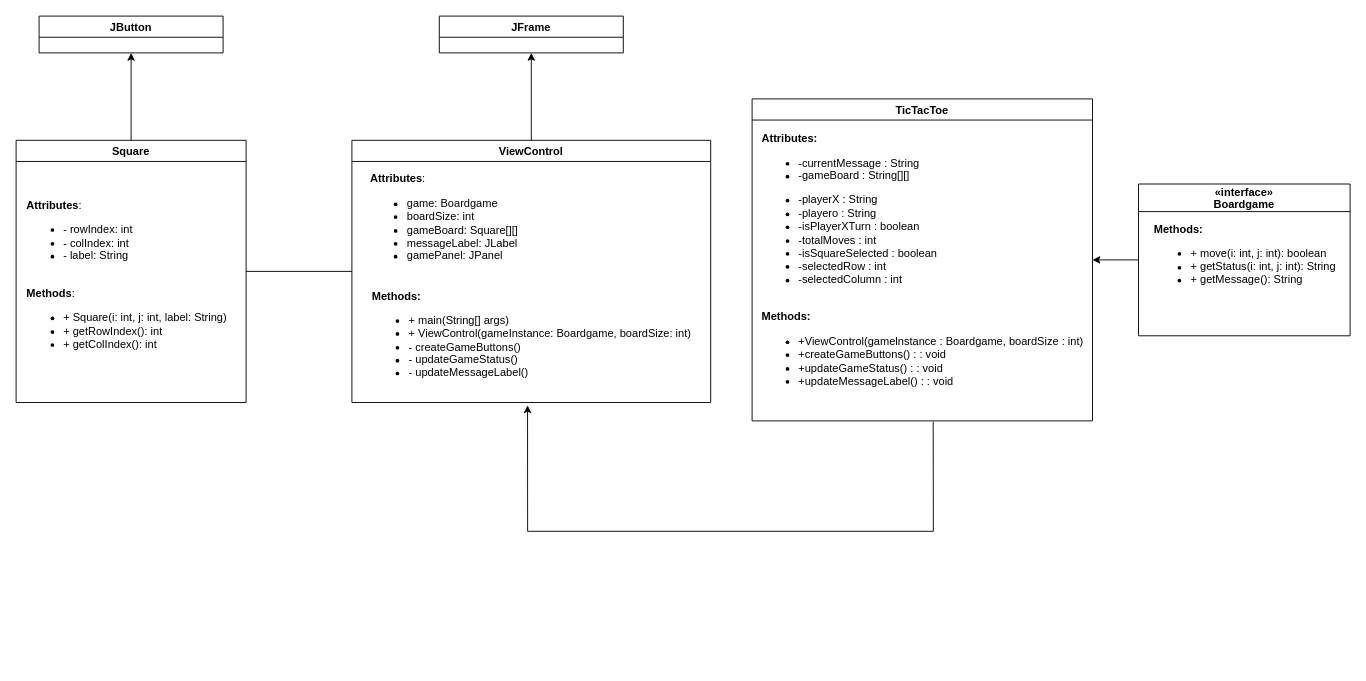
Fluntin/Software-Engineering keeps this draw.io diagram as Laboration2/src/TicTacToe/Diagram/TicTacToe Diagram.drawio. Above is the earlier version. Source tidied: cells renumbered, new cells numbered last; positions are measured from the earlier drawing's top-left corner, leaving out a move shared by most shapes. Both pictures are drawn from the tidied source at 92%, with x=0, y=0 at pixel (16, 16).
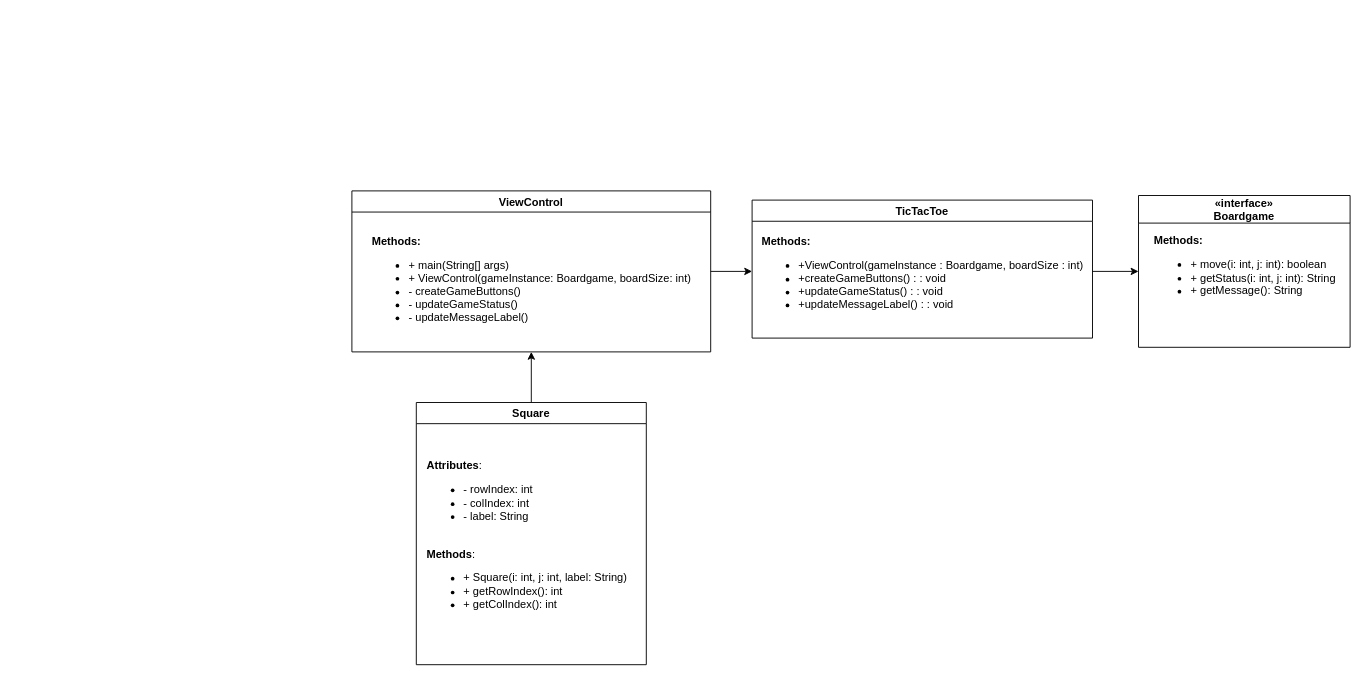
Above is the later version.

The edit, as a diff of the source:
```diff
@@
 <mxGraphModel>
   <root>
     <mxCell id="0" />
     <mxCell id="1" parent="0" />
-    <mxCell id="2" style="edgeStyle=orthogonalEdgeStyle;rounded=0;jettySize=auto;html=1;entryX=1;entryY=0.5;entryDx=0;entryDy=0;" parent="1" edge="1" source="3" target="5">
-      <mxGeometry relative="1" as="geometry" />
-    </mxCell>
     <mxCell id="3" value="«interface»&#10;Boardgame" style="swimlane;startSize=30;" parent="1" vertex="1">
-      <mxGeometry x="1220" y="182.5" width="230" height="165" as="geometry" />
+      <mxGeometry x="1220" y="195" width="230" height="165" as="geometry" />
     </mxCell>
     <mxCell id="4" value="&lt;b&gt;Methods:&lt;/b&gt;&lt;br&gt;&lt;ul&gt;&lt;li&gt;+ move(i: int, j: int): boolean&lt;/li&gt;&lt;li&gt;+ getStatus(i: int, j: int): String&lt;/li&gt;&lt;li&gt;+ getMessage(): String&lt;/li&gt;&lt;/ul&gt;" style="text;whiteSpace=wrap;html=1;" parent="3" vertex="1">
       <mxGeometry x="15" y="35" width="200" height="120" as="geometry" />
     </mxCell>
     <mxCell id="5" value="TicTacToe" style="swimlane;" parent="1" vertex="1">
-      <mxGeometry x="800" y="90" width="370" height="350" as="geometry" />
+      <mxGeometry x="800" y="200" width="370" height="150" as="geometry" />
     </mxCell>
-    <mxCell id="6" value="&lt;div style=&quot;text-align: left;&quot;&gt;&lt;b&gt;&lt;span style=&quot;background-color: initial;&quot;&gt;Attributes:&lt;/span&gt;&lt;br&gt;&lt;/b&gt;&lt;/div&gt;&lt;div style=&quot;&quot;&gt;&lt;div style=&quot;text-align: left;&quot;&gt;&lt;ul&gt;&lt;li&gt;&lt;span style=&quot;background-color: initial;&quot;&gt;-currentMessage : String&amp;nbsp;&lt;/span&gt;&lt;/li&gt;&lt;li&gt;&lt;span style=&quot;background-color: initial;&quot;&gt;-gameBoard : String[][]&lt;/span&gt;&lt;/li&gt;&lt;/ul&gt;&lt;/div&gt;&lt;ul&gt;&lt;li style=&quot;text-align: left;&quot;&gt;&lt;span style=&quot;background-color: initial;&quot;&gt;-playerX : String&lt;/span&gt;&lt;/li&gt;&lt;li style=&quot;text-align: left;&quot;&gt;&lt;span style=&quot;background-color: initial;&quot;&gt;-playero : String&lt;/span&gt;&lt;/li&gt;&lt;li style=&quot;text-align: left;&quot;&gt;&lt;span style=&quot;background-color: initial;&quot;&gt;-isPlayerXTurn : boolean&lt;/span&gt;&lt;/li&gt;&lt;li style=&quot;text-align: left;&quot;&gt;&lt;span style=&quot;background-color: initial;&quot;&gt;-totalMoves : int&lt;/span&gt;&lt;/li&gt;&lt;li style=&quot;text-align: left;&quot;&gt;&lt;span style=&quot;background-color: initial;&quot;&gt;-isSquareSelected : boolean&lt;/span&gt;&lt;/li&gt;&lt;li style=&quot;text-align: left;&quot;&gt;&lt;span style=&quot;background-color: initial;&quot;&gt;-selectedRow : int&lt;/span&gt;&lt;/li&gt;&lt;li style=&quot;text-align: left;&quot;&gt;&lt;span style=&quot;background-color: initial;&quot;&gt;-selectedColumn : int&lt;/span&gt;&lt;/li&gt;&lt;/ul&gt;&lt;/div&gt;&lt;div&gt;&lt;br&gt;&lt;/div&gt;&lt;div style=&quot;text-align: left;&quot;&gt;&lt;b&gt;Methods:&lt;/b&gt;&lt;/div&gt;&lt;div style=&quot;&quot;&gt;&lt;div style=&quot;background-color: initial;&quot;&gt;&lt;ul&gt;&lt;li style=&quot;text-align: left;&quot;&gt;&lt;div style=&quot;background-color: initial; display: inline !important;&quot;&gt;+ViewControl(gamelnstance : Boardgame, boardSize : int)&lt;/div&gt;&lt;/li&gt;&lt;li style=&quot;text-align: left;&quot;&gt;+createGameButtons() : : void&lt;/li&gt;&lt;li style=&quot;text-align: left;&quot;&gt;+updateGameStatus() : : void&lt;/li&gt;&lt;li style=&quot;text-align: left;&quot;&gt;+updateMessageLabel() : : void&lt;/li&gt;&lt;/ul&gt;&lt;/div&gt;&lt;/div&gt;&lt;div&gt;&lt;br&gt;&lt;/div&gt;" style="text;html=1;align=center;verticalAlign=middle;points=[];strokeColor=none;fillColor=none;" parent="5" vertex="1">
-      <mxGeometry y="27.5" width="370" height="320" as="geometry" />
+    <mxCell id="6" value="&lt;div style=&quot;text-align: left;&quot;&gt;&lt;br&gt;&lt;/div&gt;&lt;div&gt;&lt;br&gt;&lt;/div&gt;&lt;div style=&quot;text-align: left;&quot;&gt;&lt;b&gt;Methods:&lt;/b&gt;&lt;/div&gt;&lt;div style=&quot;&quot;&gt;&lt;div style=&quot;background-color: initial;&quot;&gt;&lt;ul&gt;&lt;li style=&quot;text-align: left;&quot;&gt;&lt;div style=&quot;background-color: initial; display: inline !important;&quot;&gt;+ViewControl(gamelnstance : Boardgame, boardSize : int)&lt;/div&gt;&lt;/li&gt;&lt;li style=&quot;text-align: left;&quot;&gt;+createGameButtons() : : void&lt;/li&gt;&lt;li style=&quot;text-align: left;&quot;&gt;+updateGameStatus() : : void&lt;/li&gt;&lt;li style=&quot;text-align: left;&quot;&gt;+updateMessageLabel() : : void&lt;/li&gt;&lt;/ul&gt;&lt;/div&gt;&lt;/div&gt;&lt;div&gt;&lt;br&gt;&lt;/div&gt;" style="text;html=1;align=center;verticalAlign=middle;points=[];strokeColor=none;fillColor=none;" parent="5" vertex="1">
+      <mxGeometry y="2.5" width="370" height="150" as="geometry" />
     </mxCell>
+    <mxCell id="18" style="edgeStyle=orthogonalEdgeStyle;rounded=0;jettySize=auto;html=1;" parent="1" edge="1" source="7" target="6">
+      <mxGeometry relative="1" as="geometry" />
+    </mxCell>
     <mxCell id="7" value="ViewControl" style="swimlane;" parent="1" vertex="1">
-      <mxGeometry x="365" y="135" width="390" height="285" as="geometry" />
+      <mxGeometry x="365" y="190" width="390" height="175" as="geometry" />
     </mxCell>
-    <mxCell id="8" value="&lt;div style=&quot;text-align: left;&quot;&gt;&lt;b&gt;Attributes&lt;/b&gt;:&lt;/div&gt;&lt;div&gt;&lt;ul&gt;&lt;li style=&quot;text-align: left;&quot;&gt;&lt;span style=&quot;background-color: initial;&quot;&gt;game: Boardgame&lt;/span&gt;&lt;/li&gt;&lt;li style=&quot;text-align: left;&quot;&gt;boardSize: int&lt;/li&gt;&lt;li style=&quot;text-align: left;&quot;&gt;gameBoard: Square[][]&lt;/li&gt;&lt;li style=&quot;text-align: left;&quot;&gt;messageLabel: JLabel&lt;/li&gt;&lt;li style=&quot;text-align: left;&quot;&gt;gamePanel: JPanel&lt;/li&gt;&lt;/ul&gt;&lt;/div&gt;" style="text;html=1;align=center;verticalAlign=middle;strokeColor=none;fillColor=none;" parent="7" vertex="1">
-      <mxGeometry x="10" y="30" width="180" height="120" as="geometry" />
-    </mxCell>
     <mxCell id="9" value="&lt;div&gt;&lt;br&gt;&lt;/div&gt;&lt;div style=&quot;text-align: left;&quot;&gt;&lt;b&gt;Methods:&lt;/b&gt;&lt;/div&gt;&lt;div style=&quot;text-align: left;&quot;&gt;&lt;ul&gt;&lt;li&gt;+ main(String[] args)&lt;/li&gt;&lt;li&gt;+ ViewControl(gameInstance: Boardgame, boardSize: int)&lt;/li&gt;&lt;li&gt;- createGameButtons()&lt;/li&gt;&lt;li&gt;- updateGameStatus()&lt;/li&gt;&lt;li&gt;- updateMessageLabel()&lt;/li&gt;&lt;/ul&gt;&lt;/div&gt;" style="text;html=1;align=center;verticalAlign=middle;points=[];strokeColor=none;fillColor=none;" parent="7" vertex="1">
-      <mxGeometry x="10" y="140" width="370" height="140" as="geometry" />
+      <mxGeometry x="10" y="25" width="370" height="140" as="geometry" />
     </mxCell>
-    <mxCell id="10" style="edgeStyle=orthogonalEdgeStyle;rounded=0;jettySize=auto;html=1;entryX=0.5;entryY=1;entryDx=0;entryDy=0;" parent="1" edge="1" source="11" target="14">
-      <mxGeometry relative="1" as="geometry" />
-    </mxCell>
+    <mxCell id="13" style="edgeStyle=orthogonalEdgeStyle;rounded=0;jettySize=auto;html=1;entryX=0.5;entryY=1;entryDx=0;entryDy=0;" parent="1" edge="1" source="11" target="7">
+      <mxGeometry relative="1" as="geometry" />
+    </mxCell>
     <mxCell id="11" value="Square" style="swimlane;" parent="1" vertex="1">
-      <mxGeometry y="135" width="250" height="285" as="geometry" />
+      <mxGeometry x="435" y="420" width="250" height="285" as="geometry" />
     </mxCell>
     <mxCell id="12" value="&lt;div&gt;&lt;br&gt;&lt;/div&gt;&lt;div&gt;&lt;br&gt;&lt;/div&gt;&lt;div style=&quot;text-align: left;&quot;&gt;&lt;b&gt;Attributes&lt;/b&gt;:&lt;/div&gt;&lt;div&gt;&lt;ul&gt;&lt;li style=&quot;text-align: left;&quot;&gt;- rowIndex: int&lt;/li&gt;&lt;li style=&quot;text-align: left;&quot;&gt;- colIndex: int&lt;/li&gt;&lt;li style=&quot;text-align: left;&quot;&gt;- label: String&lt;/li&gt;&lt;/ul&gt;&lt;/div&gt;&lt;div&gt;&lt;br&gt;&lt;/div&gt;&lt;div style=&quot;text-align: left;&quot;&gt;&lt;b&gt;Methods&lt;/b&gt;:&lt;/div&gt;&lt;div&gt;&lt;ul&gt;&lt;li style=&quot;text-align: left;&quot;&gt;+ Square(i: int, j: int, label: String)&lt;/li&gt;&lt;li style=&quot;text-align: left;&quot;&gt;+ getRowIndex(): int&lt;/li&gt;&lt;li style=&quot;text-align: left;&quot;&gt;+ getColIndex(): int&lt;/li&gt;&lt;/ul&gt;&lt;/div&gt;&lt;div&gt;&lt;br&gt;&lt;/div&gt;" style="text;html=1;align=center;verticalAlign=middle;strokeColor=none;fillColor=none;" parent="11" vertex="1">
-      <mxGeometry y="30" width="240" height="230" as="geometry" />
+      <mxGeometry y="27.5" width="240" height="230" as="geometry" />
     </mxCell>
-    <mxCell id="13" style="endArrow=none;html=1;rounded=0;entryX=0;entryY=0.5;entryDx=0;entryDy=0;exitX=1;exitY=0.5;exitDx=0;exitDy=0;" parent="1" edge="1" source="11" target="7">
-      <mxGeometry relative="1" as="geometry" />
-    </mxCell>
-    <mxCell id="14" value="JButton" style="swimlane;" parent="1" vertex="1">
-      <mxGeometry x="25" width="200" height="40" as="geometry" />
-    </mxCell>
-    <mxCell id="15" value="JFrame" style="swimlane;" parent="1" vertex="1">
-      <mxGeometry x="460" width="200" height="40" as="geometry" />
-    </mxCell>
-    <mxCell id="16" style="endArrow=classic;html=1;rounded=0;exitX=0.5;exitY=0;exitDx=0;exitDy=0;entryX=0.5;entryY=1;entryDx=0;entryDy=0;" parent="1" edge="1" source="7" target="15">
-      <mxGeometry relative="1" as="geometry" />
-    </mxCell>
-    <mxCell id="17" style="endArrow=classic;html=1;rounded=0;exitX=0.532;exitY=1.011;exitDx=0;exitDy=0;exitPerimeter=0;entryX=0.489;entryY=1.057;entryDx=0;entryDy=0;entryPerimeter=0;" parent="1" edge="1" source="6" target="9">
-      <mxGeometry relative="1" as="geometry">
-        <Array as="points">
-          <mxPoint x="997" y="560" />
-          <mxPoint x="556" y="560" />
-        </Array>
-      </mxGeometry>
-    </mxCell>
+    <mxCell id="19" style="edgeStyle=orthogonalEdgeStyle;rounded=0;jettySize=auto;html=1;entryX=0;entryY=0.5;entryDx=0;entryDy=0;" parent="1" edge="1" source="6" target="3">
+      <mxGeometry relative="1" as="geometry" />
+    </mxCell>
   </root>
 </mxGraphModel>
```
